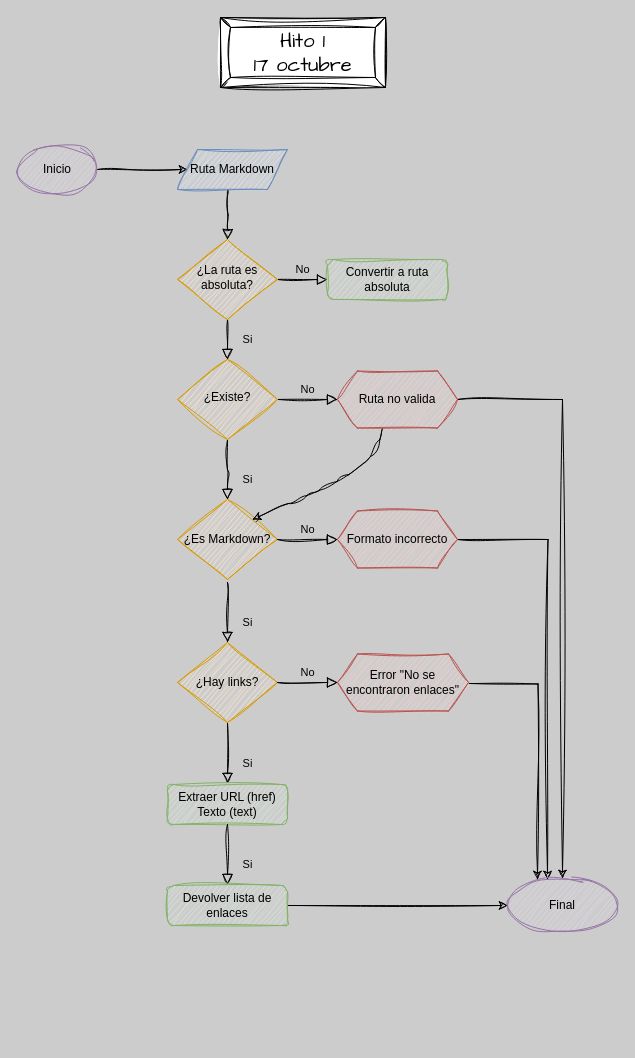
Earlier version of the draw.io diagram Diagrama sin título.drawio (noriegaby/DEV010-md-links). Source tidied: cells renumbered, new cells numbered last; positions are measured from the earlier drawing's top-left corner, leaving out a move shared by most shapes. Both pictures are drawn from the tidied source at 100%, with x=0, y=0 at pixel (17, 17).
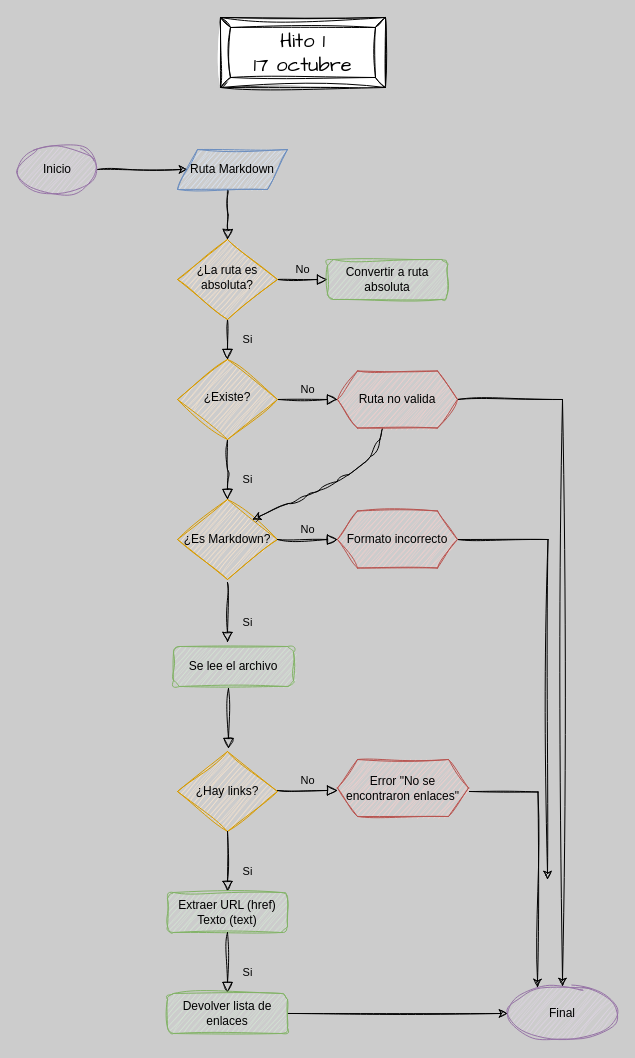
The same diagram, later.

The edit, as a diff of the source:
```diff
@@
     <mxCell id="12" value="¿Hay links?" style="rhombus;whiteSpace=wrap;html=1;fillColor=#ffe6cc;strokeColor=#d79b00;sketch=1;curveFitting=1;jiggle=2;" parent="1" vertex="1">
-      <mxGeometry x="160" y="625" width="100" height="80" as="geometry" />
+      <mxGeometry x="160" y="734" width="100" height="80" as="geometry" />
     </mxCell>
@@
     <mxCell id="14" value="Si" style="rounded=0;html=1;jettySize=auto;orthogonalLoop=1;fontSize=11;endArrow=block;endFill=0;endSize=8;strokeWidth=1;shadow=0;labelBackgroundColor=none;edgeStyle=orthogonalEdgeStyle;sketch=1;curveFitting=1;jiggle=2;" parent="1" edge="1">
       <mxGeometry x="0.33" y="20" relative="1" as="geometry">
-        <mxPoint x="210" y="706" as="sourcePoint" />
-        <mxPoint x="210" y="766" as="targetPoint" />
+        <mxPoint x="210" y="814" as="sourcePoint" />
+        <mxPoint x="210" y="874" as="targetPoint" />
       </mxGeometry>
     </mxCell>
     <mxCell id="15" value="Extraer URL (href) Texto (text)" style="rounded=1;whiteSpace=wrap;html=1;fontSize=12;glass=0;strokeWidth=1;shadow=0;fillColor=#d5e8d4;strokeColor=#82b366;sketch=1;curveFitting=1;jiggle=2;" parent="1" vertex="1">
-      <mxGeometry x="150" y="767" width="120" height="40" as="geometry" />
+      <mxGeometry x="150" y="875" width="120" height="40" as="geometry" />
     </mxCell>
     <mxCell id="16" value="Si" style="rounded=0;html=1;jettySize=auto;orthogonalLoop=1;fontSize=11;endArrow=block;endFill=0;endSize=8;strokeWidth=1;shadow=0;labelBackgroundColor=none;edgeStyle=orthogonalEdgeStyle;sketch=1;curveFitting=1;jiggle=2;" parent="1" edge="1">
       <mxGeometry x="0.33" y="20" relative="1" as="geometry">
-        <mxPoint x="210" y="807" as="sourcePoint" />
-        <mxPoint x="210" y="867" as="targetPoint" />
+        <mxPoint x="210" y="915" as="sourcePoint" />
+        <mxPoint x="210" y="975" as="targetPoint" />
       </mxGeometry>
     </mxCell>
@@
     <mxCell id="18" value="Devolver lista de enlaces" style="rounded=1;whiteSpace=wrap;html=1;fontSize=12;glass=0;strokeWidth=1;shadow=0;fillColor=#d5e8d4;strokeColor=#82b366;sketch=1;curveFitting=1;jiggle=2;" parent="1" vertex="1">
-      <mxGeometry x="150" y="868" width="120" height="40" as="geometry" />
+      <mxGeometry x="150" y="976" width="120" height="40" as="geometry" />
     </mxCell>
@@
     <mxCell id="24" value="Error &quot;No se encontraron enlaces&quot;" style="shape=hexagon;perimeter=hexagonPerimeter2;whiteSpace=wrap;html=1;fixedSize=1;fillColor=#f8cecc;strokeColor=#b85450;sketch=1;curveFitting=1;jiggle=2;" parent="1" vertex="1">
-      <mxGeometry x="320" y="636.5" width="131" height="57" as="geometry" />
+      <mxGeometry x="320" y="742" width="131" height="57" as="geometry" />
     </mxCell>
     <mxCell id="25" value="No" style="edgeStyle=orthogonalEdgeStyle;rounded=0;html=1;jettySize=auto;orthogonalLoop=1;fontSize=11;endArrow=block;endFill=0;endSize=8;strokeWidth=1;shadow=0;labelBackgroundColor=none;entryX=0;entryY=0.5;entryDx=0;entryDy=0;sketch=1;curveFitting=1;jiggle=2;" parent="1" edge="1">
       <mxGeometry y="10" relative="1" as="geometry">
-        <mxPoint x="260" y="665" as="sourcePoint" />
-        <mxPoint x="320" y="665" as="targetPoint" />
+        <mxPoint x="260" y="773" as="sourcePoint" />
+        <mxPoint x="320" y="773" as="targetPoint" />
       </mxGeometry>
     </mxCell>
     <mxCell id="26" value="Final" style="ellipse;whiteSpace=wrap;html=1;fillColor=#e1d5e7;strokeColor=#9673a6;sketch=1;curveFitting=1;jiggle=2;" parent="1" vertex="1">
-      <mxGeometry x="490" y="861" width="110" height="54" as="geometry" />
+      <mxGeometry x="490" y="969" width="110" height="54" as="geometry" />
     </mxCell>
     <mxCell id="27" style="edgeStyle=orthogonalEdgeStyle;rounded=0;orthogonalLoop=1;jettySize=auto;html=1;sketch=1;curveFitting=1;jiggle=2;" parent="1" edge="1">
       <mxGeometry relative="1" as="geometry">
-        <mxPoint x="452" y="666" as="sourcePoint" />
-        <mxPoint x="520" y="862" as="targetPoint" />
+        <mxPoint x="452" y="774" as="sourcePoint" />
+        <mxPoint x="520" y="970" as="targetPoint" />
       </mxGeometry>
     </mxCell>
@@
+    <mxCell id="32" value="Se lee el archivo" style="rounded=1;whiteSpace=wrap;html=1;fontSize=12;glass=0;strokeWidth=1;shadow=0;fillColor=#d5e8d4;strokeColor=#82b366;sketch=1;curveFitting=1;jiggle=2;" parent="1" vertex="1">
+      <mxGeometry x="156" y="629" width="120" height="40" as="geometry" />
+    </mxCell>
+    <mxCell id="33" style="rounded=0;html=1;jettySize=auto;orthogonalLoop=1;fontSize=11;endArrow=block;endFill=0;endSize=8;strokeWidth=1;shadow=0;labelBackgroundColor=none;edgeStyle=orthogonalEdgeStyle;sketch=1;curveFitting=1;jiggle=2;" parent="1" edge="1">
+      <mxGeometry x="0.33" y="20" relative="1" as="geometry">
+        <mxPoint x="211" y="671" as="sourcePoint" />
+        <mxPoint x="211" y="731" as="targetPoint" />
+      </mxGeometry>
+    </mxCell>
```
